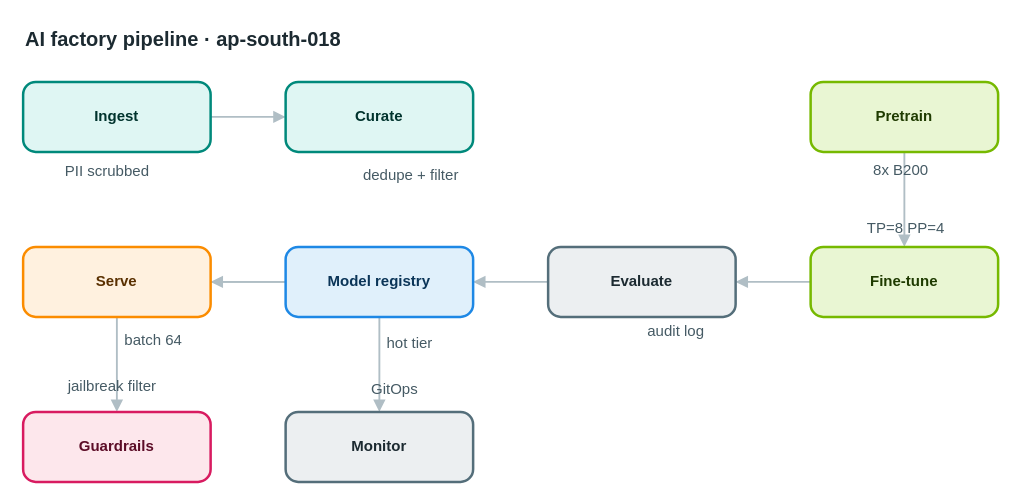
Earlier version of the draw.io diagram apps/web/public/samples/library/018-ai-factory-pipeline.drawio (AryanG01/open-apprentice). Source tidied: cells renumbered, new cells numbered last; positions are measured from the earlier drawing's top-left corner, leaving out a move shared by most shapes. Both pictures are drawn from the tidied source at 125%, with x=0, y=0 at pixel (22, 21).
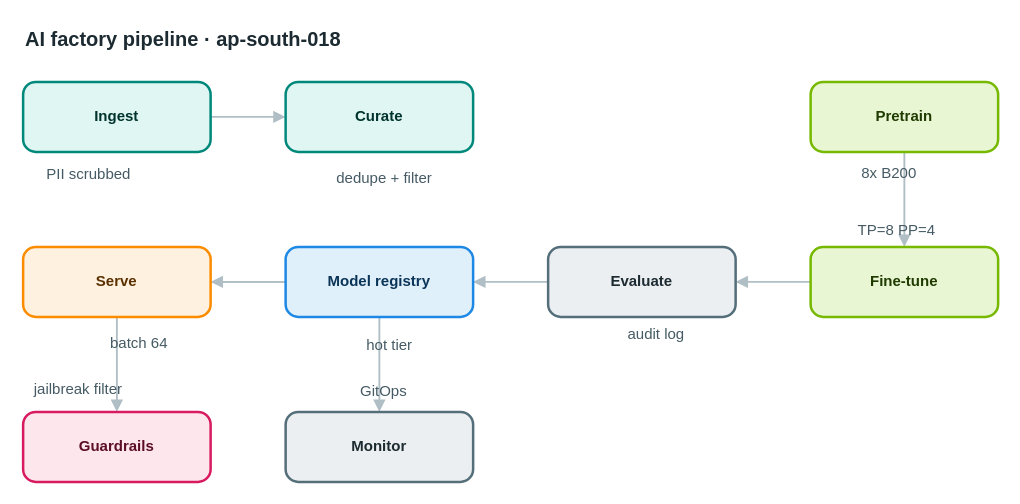
The same page after the edit.

What changed in the source:
```diff
@@
-    <mxCell id="19" value="PII scrubbed" style="text;html=1;align=center;verticalAlign=middle;whiteSpace=nowrap;strokeColor=none;fillColor=none;fontSize=12;fontColor=#455a64;" parent="1" vertex="1">
+    <mxCell id="19" value="PII scrubbed" style="text;html=1;align=left;verticalAlign=top;whiteSpace=nowrap;spacing=0;spacingTop=0;strokeColor=none;fillColor=none;fontSize=12;fontColor=#455a64;" parent="1" vertex="1">
       <mxGeometry x="19" y="110" width="96" height="20" as="geometry" />
     </mxCell>
-    <mxCell id="20" value="dedupe + filter" style="text;html=1;align=center;verticalAlign=middle;whiteSpace=nowrap;strokeColor=none;fillColor=none;fontSize=12;fontColor=#455a64;" parent="1" vertex="1">
+    <mxCell id="20" value="dedupe + filter" style="text;html=1;align=left;verticalAlign=top;whiteSpace=nowrap;spacing=0;spacingTop=0;strokeColor=none;fillColor=none;fontSize=12;fontColor=#455a64;" parent="1" vertex="1">
       <mxGeometry x="251" y="113" width="117" height="20" as="geometry" />
     </mxCell>
-    <mxCell id="21" value="8x B200" style="text;html=1;align=center;verticalAlign=middle;whiteSpace=nowrap;strokeColor=none;fillColor=none;fontSize=12;fontColor=#455a64;" parent="1" vertex="1">
+    <mxCell id="21" value="8x B200" style="text;html=1;align=left;verticalAlign=top;whiteSpace=nowrap;spacing=0;spacingTop=0;strokeColor=none;fillColor=none;fontSize=12;fontColor=#455a64;" parent="1" vertex="1">
       <mxGeometry x="671" y="109" width="61" height="20" as="geometry" />
     </mxCell>
-    <mxCell id="22" value="TP=8 PP=4" style="text;html=1;align=center;verticalAlign=middle;whiteSpace=nowrap;strokeColor=none;fillColor=none;fontSize=12;fontColor=#455a64;" parent="1" vertex="1">
+    <mxCell id="22" value="TP=8 PP=4" style="text;html=1;align=left;verticalAlign=top;whiteSpace=nowrap;spacing=0;spacingTop=0;strokeColor=none;fillColor=none;fontSize=12;fontColor=#455a64;" parent="1" vertex="1">
       <mxGeometry x="668" y="155" width="75" height="20" as="geometry" />
     </mxCell>
-    <mxCell id="23" value="audit log" style="text;html=1;align=center;verticalAlign=middle;whiteSpace=nowrap;strokeColor=none;fillColor=none;fontSize=12;fontColor=#455a64;" parent="1" vertex="1">
+    <mxCell id="23" value="audit log" style="text;html=1;align=left;verticalAlign=top;whiteSpace=nowrap;spacing=0;spacingTop=0;strokeColor=none;fillColor=none;fontSize=12;fontColor=#455a64;" parent="1" vertex="1">
       <mxGeometry x="484" y="238" width="75" height="20" as="geometry" />
     </mxCell>
-    <mxCell id="24" value="hot tier" style="text;html=1;align=center;verticalAlign=middle;whiteSpace=nowrap;strokeColor=none;fillColor=none;fontSize=12;fontColor=#455a64;" parent="1" vertex="1">
+    <mxCell id="24" value="hot tier" style="text;html=1;align=left;verticalAlign=top;whiteSpace=nowrap;spacing=0;spacingTop=0;strokeColor=none;fillColor=none;fontSize=12;fontColor=#455a64;" parent="1" vertex="1">
       <mxGeometry x="275" y="247" width="68" height="20" as="geometry" />
     </mxCell>
-    <mxCell id="25" value="batch 64" style="text;html=1;align=center;verticalAlign=middle;whiteSpace=nowrap;strokeColor=none;fillColor=none;fontSize=12;fontColor=#455a64;" parent="1" vertex="1">
+    <mxCell id="25" value="batch 64" style="text;html=1;align=left;verticalAlign=top;whiteSpace=nowrap;spacing=0;spacingTop=0;strokeColor=none;fillColor=none;fontSize=12;fontColor=#455a64;" parent="1" vertex="1">
       <mxGeometry x="70" y="245" width="68" height="20" as="geometry" />
     </mxCell>
-    <mxCell id="26" value="jailbreak filter" style="text;html=1;align=center;verticalAlign=middle;whiteSpace=nowrap;strokeColor=none;fillColor=none;fontSize=12;fontColor=#455a64;" parent="1" vertex="1">
+    <mxCell id="26" value="jailbreak filter" style="text;html=1;align=left;verticalAlign=top;whiteSpace=nowrap;spacing=0;spacingTop=0;strokeColor=none;fillColor=none;fontSize=12;fontColor=#455a64;" parent="1" vertex="1">
       <mxGeometry x="9" y="282" width="124" height="20" as="geometry" />
     </mxCell>
-    <mxCell id="27" value="GitOps" style="text;html=1;align=center;verticalAlign=middle;whiteSpace=nowrap;strokeColor=none;fillColor=none;fontSize=12;fontColor=#455a64;" parent="1" vertex="1">
+    <mxCell id="27" value="GitOps" style="text;html=1;align=left;verticalAlign=top;whiteSpace=nowrap;spacing=0;spacingTop=0;strokeColor=none;fillColor=none;fontSize=12;fontColor=#455a64;" parent="1" vertex="1">
       <mxGeometry x="270" y="284" width="54" height="20" as="geometry" />
     </mxCell>
```
